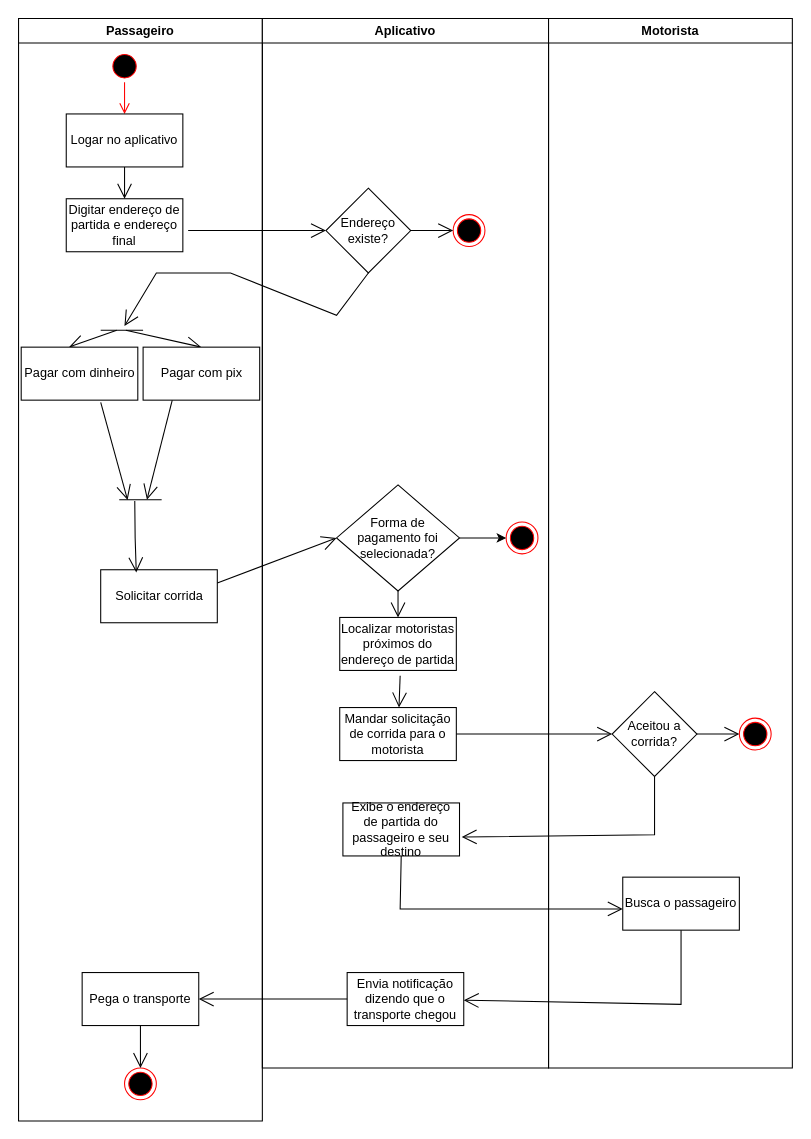
Earlier version of the draw.io diagram Diagramas de atividade/Diagrama de atividade - pedir taxi através de aplicativo.drawio (miguelsacardo/Draw.io). Source tidied: cells renumbered, new cells numbered last; positions are measured from the earlier drawing's top-left corner, leaving out a move shared by most shapes. Both pictures are drawn from the tidied source at 106%, with x=0, y=0 at pixel (18, 18).
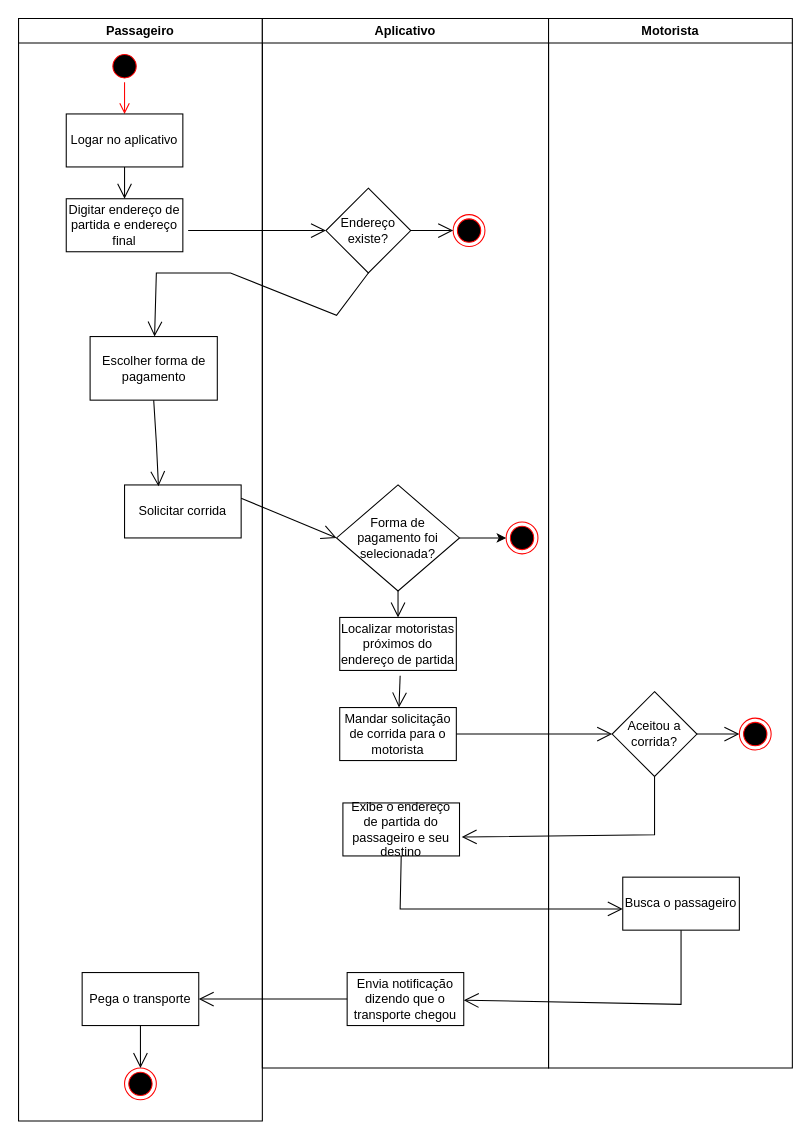
Above is the later version.

Commit message (it also covers changes not shown here):
diagrama de atividade com correção em algumas fases. 08/11/2024

The change refers to these unchanged cells:
```xml
<mxCell id="2" value="Passageiro" style="swimlane;whiteSpace=wrap;html=1;" parent="1" vertex="1">
  <mxGeometry width="230" height="1040" as="geometry" />
</mxCell>
<mxCell id="22" value="Endereço existe?" style="rhombus;whiteSpace=wrap;html=1;" parent="21" vertex="1">
  <mxGeometry x="60" y="160" width="80" height="80" as="geometry" />
</mxCell>
```

The edit, as a diff of the source:
```diff
@@
-    <mxCell id="8" style="line;strokeWidth=1;fillColor=none;align=left;verticalAlign=middle;spacingTop=-1;spacingLeft=3;spacingRight=3;labelPosition=right;points=[];portConstraint=eastwest;strokeColor=inherit;" parent="2" vertex="1">
-      <mxGeometry x="95" y="450" width="40" height="8" as="geometry" />
-    </mxCell>
-    <mxCell id="9" style="endArrow=open;endFill=1;endSize=12;html=1;rounded=0;exitX=0.682;exitY=1.04;exitDx=0;exitDy=0;exitPerimeter=0;entryX=0.197;entryY=0.533;entryDx=0;entryDy=0;entryPerimeter=0;" parent="2" edge="1" source="14" target="8">
-      <mxGeometry relative="1" as="geometry" />
-    </mxCell>
-    <mxCell id="10" style="endArrow=open;endFill=1;endSize=12;html=1;rounded=0;exitX=0.25;exitY=1;exitDx=0;exitDy=0;entryX=0.653;entryY=0.483;entryDx=0;entryDy=0;entryPerimeter=0;" parent="2" edge="1" source="15" target="8">
-      <mxGeometry relative="1" as="geometry" />
-    </mxCell>
-    <mxCell id="11" style="line;strokeWidth=1;fillColor=none;align=left;verticalAlign=middle;spacingTop=-1;spacingLeft=3;spacingRight=3;labelPosition=right;points=[];portConstraint=eastwest;strokeColor=inherit;" parent="2" vertex="1">
-      <mxGeometry x="77.5" y="290" width="40" height="8" as="geometry" />
-    </mxCell>
-    <mxCell id="12" style="endArrow=open;endFill=1;endSize=12;html=1;rounded=0;exitX=0.592;exitY=0.506;exitDx=0;exitDy=0;exitPerimeter=0;entryX=0.5;entryY=0;entryDx=0;entryDy=0;" parent="2" edge="1" source="11" target="15">
-      <mxGeometry relative="1" as="geometry" />
-    </mxCell>
-    <mxCell id="13" style="endArrow=open;endFill=1;endSize=12;html=1;rounded=0;exitX=0.379;exitY=0.521;exitDx=0;exitDy=0;exitPerimeter=0;" parent="2" edge="1" source="11">
-      <mxGeometry relative="1" as="geometry">
-        <mxPoint x="47.5" y="310" as="targetPoint" />
-      </mxGeometry>
-    </mxCell>
-    <mxCell id="14" value="Pagar com dinheiro" style="html=1;whiteSpace=wrap;" parent="2" vertex="1">
-      <mxGeometry x="2.5" y="310" width="110" height="50" as="geometry" />
-    </mxCell>
-    <mxCell id="15" value="Pagar com pix" style="html=1;whiteSpace=wrap;" parent="2" vertex="1">
-      <mxGeometry x="117.5" y="310" width="110" height="50" as="geometry" />
-    </mxCell>
     <mxCell id="16" value="Solicitar corrida" style="html=1;whiteSpace=wrap;" parent="2" vertex="1">
-      <mxGeometry x="77.5" y="520" width="110" height="50" as="geometry" />
+      <mxGeometry x="100" y="440" width="110" height="50" as="geometry" />
     </mxCell>
-    <mxCell id="17" style="endArrow=open;endFill=1;endSize=12;html=1;rounded=0;exitX=0.366;exitY=0.648;exitDx=0;exitDy=0;exitPerimeter=0;entryX=0.305;entryY=0.051;entryDx=0;entryDy=0;entryPerimeter=0;" parent="2" edge="1" source="8" target="16">
+    <mxCell id="17" style="endArrow=open;endFill=1;endSize=12;html=1;rounded=0;exitX=0.5;exitY=1;exitDx=0;exitDy=0;entryX=0.291;entryY=0.026;entryDx=0;entryDy=0;entryPerimeter=0;" parent="2" edge="1" source="47" target="16">
       <mxGeometry relative="1" as="geometry">
         <Array as="points">
-          <mxPoint x="110" y="490" />
+          <mxPoint x="130" y="400" />
         </Array>
       </mxGeometry>
     </mxCell>
@@
+    <mxCell id="47" value="Escolher forma de pagamento" style="rounded=0;whiteSpace=wrap;html=1;" parent="2" vertex="1">
+      <mxGeometry x="67.5" y="300" width="120" height="60" as="geometry" />
+    </mxCell>
@@
-    <mxCell id="32" style="endArrow=open;endFill=1;endSize=12;html=1;rounded=0;exitX=0.5;exitY=1;exitDx=0;exitDy=0;" parent="1" edge="1" source="22" target="11">
+    <mxCell id="32" style="endArrow=open;endFill=1;endSize=12;html=1;rounded=0;exitX=0.5;exitY=1;exitDx=0;exitDy=0;" parent="1" edge="1" source="22" target="47">
       <mxGeometry relative="1" as="geometry">
         <Array as="points">
           <mxPoint x="300" y="280" />
           <mxPoint x="200" y="240" />
           <mxPoint x="130" y="240" />
         </Array>
       </mxGeometry>
     </mxCell>
```
